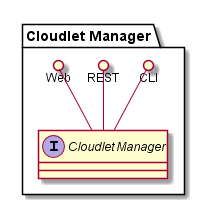
Earlier version of the PlantUML export docs/Solution/Cloudlet-Manager/Logical.png (CAADE/CloudLet). Its diagram source:
```plantuml
@startuml

package "Cloudlet Manager" {
    interface "Cloudlet Manager" {
    }

    CLI ()-- "Cloudlet Manager"
    REST ()-- "Cloudlet Manager"
    Web ()-- "Cloudlet Manager"
}


@enduml
```
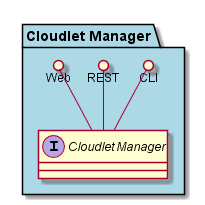
Above is the later version.

The edit, as a diff of the source:
```diff
@@ -1,6 +1,6 @@
 @startuml
 
-package "Cloudlet Manager" {
+package "Cloudlet Manager" #lightblue {
     interface "Cloudlet Manager" {
     }
 
```
